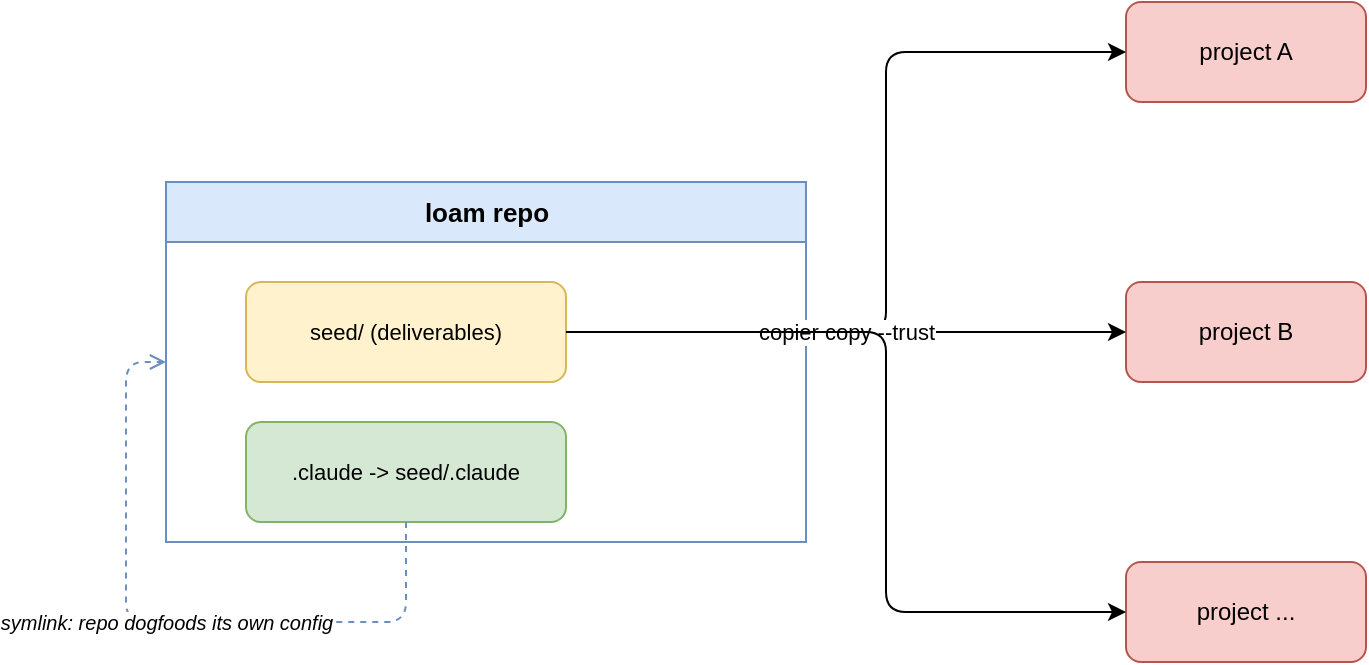
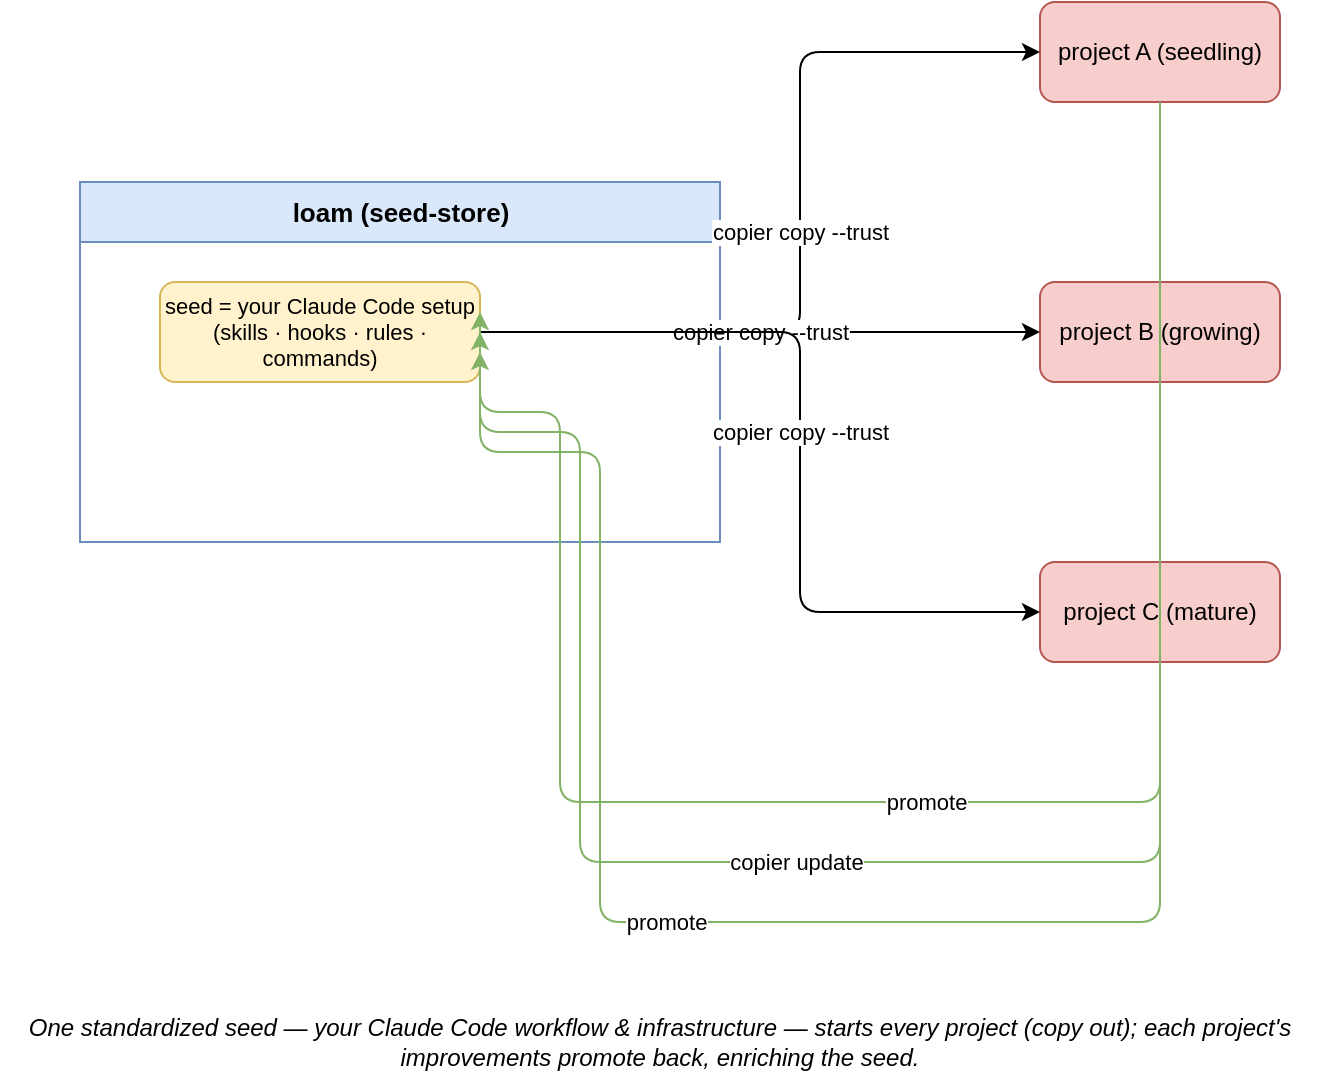
<mxfile>
  <diagram name="loam-identity">
    <mxGraphModel dx="1200" dy="800" grid="0" gridSize="10" guides="1" tooltips="1" connect="1" arrows="1" fold="1" page="0" pageScale="1" pageWidth="1169" pageHeight="827" math="0" shadow="0">
      <root>
        <mxCell id="0"/>
        <mxCell id="1" parent="0"/>
-         <mxCell id="2" value="loam repo" style="swimlane;startSize=30;html=1;fillColor=#dae8fc;strokeColor=#6c8ebf;fontStyle=1;fontSize=13;" vertex="1" parent="1">
+         <mxCell id="2" value="loam (seed-store)" style="swimlane;startSize=30;html=1;fillColor=#dae8fc;strokeColor=#6c8ebf;fontStyle=1;fontSize=13;" vertex="1" parent="1">
          <mxGeometry x="100" y="150" width="320" height="180" as="geometry"/>
        </mxCell>
-         <mxCell id="3" value="seed/ (deliverables)" style="rounded=1;whiteSpace=wrap;html=1;fillColor=#fff2cc;strokeColor=#d6b656;fontSize=11;" vertex="1" parent="2">
+         <mxCell id="3" value="seed = your Claude Code setup (skills · hooks · rules · commands)" style="rounded=1;whiteSpace=wrap;html=1;fillColor=#fff2cc;strokeColor=#d6b656;fontSize=11;" vertex="1" parent="2">
          <mxGeometry x="40" y="50" width="160" height="50" as="geometry"/>
        </mxCell>
-         <mxCell id="4" value=".claude -&gt; seed/.claude" style="rounded=1;whiteSpace=wrap;html=1;fillColor=#d5e8d4;strokeColor=#82b366;fontSize=11;" vertex="1" parent="2">
-           <mxGeometry x="40" y="120" width="160" height="50" as="geometry"/>
-         </mxCell>
-         <mxCell id="5" value="project A" style="rounded=1;whiteSpace=wrap;html=1;fillColor=#f8cecc;strokeColor=#b85450;fontSize=12;" vertex="1" parent="1">
+         <mxCell id="5" value="project A (seedling)" style="rounded=1;whiteSpace=wrap;html=1;fillColor=#f8cecc;strokeColor=#b85450;fontSize=12;" vertex="1" parent="1">
          <mxGeometry x="580" y="60" width="120" height="50" as="geometry"/>
        </mxCell>
-         <mxCell id="6" value="project B" style="rounded=1;whiteSpace=wrap;html=1;fillColor=#f8cecc;strokeColor=#b85450;fontSize=12;" vertex="1" parent="1">
+         <mxCell id="6" value="project B (growing)" style="rounded=1;whiteSpace=wrap;html=1;fillColor=#f8cecc;strokeColor=#b85450;fontSize=12;" vertex="1" parent="1">
          <mxGeometry x="580" y="200" width="120" height="50" as="geometry"/>
        </mxCell>
-         <mxCell id="7" value="project ..." style="rounded=1;whiteSpace=wrap;html=1;fillColor=#f8cecc;strokeColor=#b85450;fontSize=12;" vertex="1" parent="1">
+         <mxCell id="7" value="project C (mature)" style="rounded=1;whiteSpace=wrap;html=1;fillColor=#f8cecc;strokeColor=#b85450;fontSize=12;" vertex="1" parent="1">
          <mxGeometry x="580" y="340" width="120" height="50" as="geometry"/>
        </mxCell>
-         <mxCell id="8" value="" style="edgeStyle=orthogonalEdgeStyle;html=1;exitX=1;exitY=0.5;exitDx=0;exitDy=0;entryX=0;entryY=0.5;entryDx=0;entryDy=0;" edge="1" source="3" target="5" parent="1">
+         <mxCell id="8" value="copier copy --trust" style="edgeStyle=orthogonalEdgeStyle;html=1;exitX=1;exitY=0.5;exitDx=0;exitDy=0;entryX=0;entryY=0.5;entryDx=0;entryDy=0;" edge="1" source="3" target="5" parent="1">
          <mxGeometry relative="1" as="geometry">
            <Array as="points">
              <mxPoint x="460" y="225"/>
              <mxPoint x="460" y="85"/>
            </Array>
          </mxGeometry>
        </mxCell>
        <mxCell id="9" value="copier copy --trust" style="edgeStyle=orthogonalEdgeStyle;html=1;exitX=1;exitY=0.5;exitDx=0;exitDy=0;entryX=0;entryY=0.5;entryDx=0;entryDy=0;" edge="1" source="3" target="6" parent="1">
          <mxGeometry relative="1" as="geometry">
            <Array as="points">
              <mxPoint x="460" y="225"/>
            </Array>
          </mxGeometry>
        </mxCell>
-         <mxCell id="10" value="" style="edgeStyle=orthogonalEdgeStyle;html=1;exitX=1;exitY=0.5;exitDx=0;exitDy=0;entryX=0;entryY=0.5;entryDx=0;entryDy=0;" edge="1" source="3" target="7" parent="1">
+         <mxCell id="10" value="copier copy --trust" style="edgeStyle=orthogonalEdgeStyle;html=1;exitX=1;exitY=0.5;exitDx=0;exitDy=0;entryX=0;entryY=0.5;entryDx=0;entryDy=0;" edge="1" source="3" target="7" parent="1">
          <mxGeometry relative="1" as="geometry">
            <Array as="points">
              <mxPoint x="460" y="225"/>
              <mxPoint x="460" y="365"/>
            </Array>
          </mxGeometry>
        </mxCell>
-         <mxCell id="11" value="symlink: repo dogfoods its own config" style="edgeStyle=orthogonalEdgeStyle;html=1;dashed=1;endArrow=open;endFill=0;strokeColor=#6c8ebf;fontStyle=2;fontSize=10;" edge="1" source="4" target="2" parent="1">
+         <mxCell id="12" value="promote" style="edgeStyle=orthogonalEdgeStyle;html=1;exitX=0.5;exitY=1;exitDx=0;exitDy=0;entryX=1;entryY=0.3;entryDx=0;entryDy=0;strokeColor=#82b366;" edge="1" source="5" target="3" parent="1">
          <mxGeometry relative="1" as="geometry">
            <Array as="points">
-               <mxPoint x="80" y="370"/>
-               <mxPoint x="80" y="240"/>
+               <mxPoint x="640" y="460"/>
+               <mxPoint x="340" y="460"/>
+               <mxPoint x="340" y="265"/>
            </Array>
          </mxGeometry>
+         </mxCell>
+         <mxCell id="13" value="copier update" style="edgeStyle=orthogonalEdgeStyle;html=1;exitX=0.5;exitY=1;exitDx=0;exitDy=0;entryX=1;entryY=0.5;entryDx=0;entryDy=0;strokeColor=#82b366;" edge="1" source="6" target="3" parent="1">
+           <mxGeometry relative="1" as="geometry">
+             <Array as="points">
+               <mxPoint x="640" y="490"/>
+               <mxPoint x="350" y="490"/>
+               <mxPoint x="350" y="275"/>
+             </Array>
+           </mxGeometry>
+         </mxCell>
+         <mxCell id="14" value="promote" style="edgeStyle=orthogonalEdgeStyle;html=1;exitX=0.5;exitY=1;exitDx=0;exitDy=0;entryX=1;entryY=0.7;entryDx=0;entryDy=0;strokeColor=#82b366;" edge="1" source="7" target="3" parent="1">
+           <mxGeometry relative="1" as="geometry">
+             <Array as="points">
+               <mxPoint x="640" y="520"/>
+               <mxPoint x="360" y="520"/>
+               <mxPoint x="360" y="285"/>
+             </Array>
+           </mxGeometry>
+         </mxCell>
+         <mxCell id="15" value="One standardized seed — your Claude Code workflow &amp; infrastructure — starts every project (copy out); each project&apos;s improvements promote back, enriching the seed." style="text;html=1;align=center;verticalAlign=middle;fontSize=12;fontStyle=2;whiteSpace=wrap;" vertex="1" parent="1">
+           <mxGeometry x="60" y="560" width="660" height="40" as="geometry"/>
        </mxCell>
      </root>
    </mxGraphModel>
  </diagram>
</mxfile>
